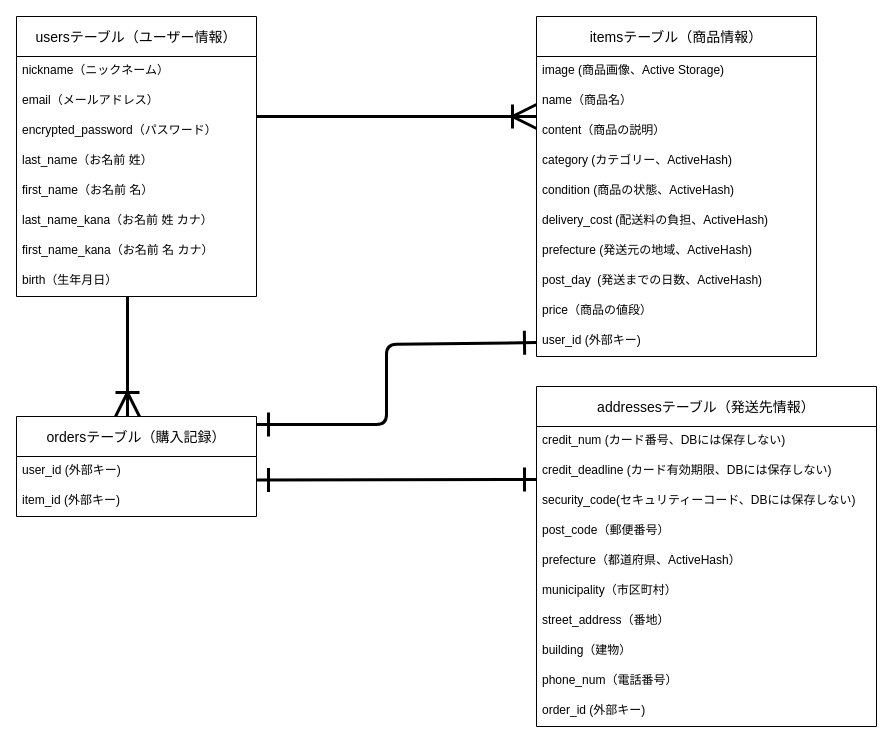
Earlier version of the draw.io diagram furima_db.dio (Ninoyanen/furima-39792). Source tidied: cells renumbered, new cells numbered last; positions are measured from the earlier drawing's top-left corner, leaving out a move shared by most shapes. Both pictures are drawn from the tidied source at 100%, with x=0, y=0 at pixel (16, 16).
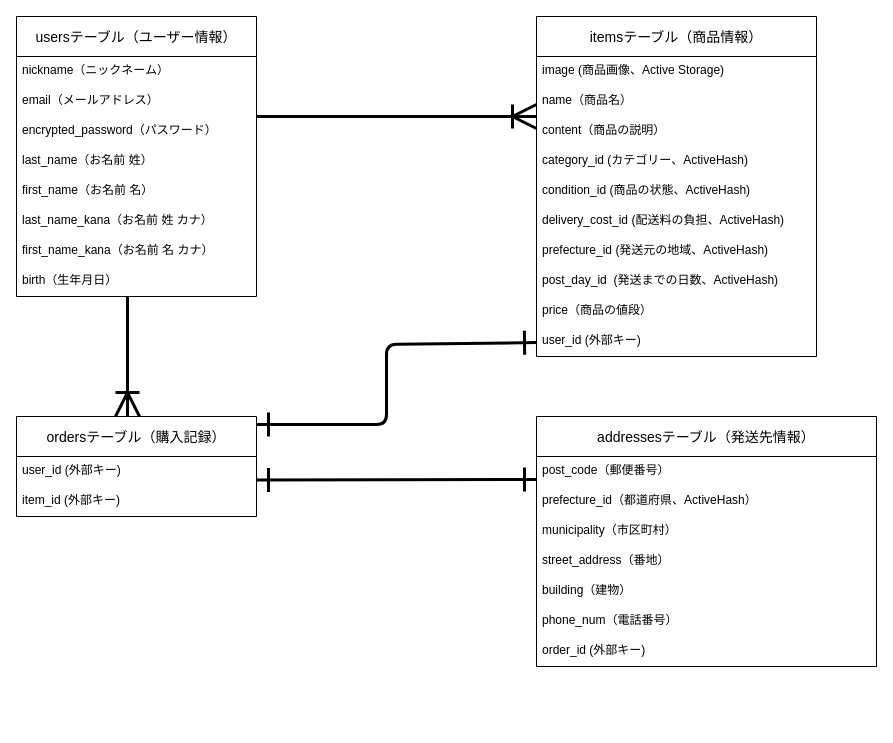
The same page after the edit.

Commit message (it also covers changes not shown here):
データベース設計 再修正後

The change refers to these unchanged cells:
```xml
<mxCell id="11" value="itemsテーブル（商品情報）" style="swimlane;fontStyle=0;horizontal=1;startSize=40;align=center;fontSize=14;" parent="1" vertex="1">
  <mxGeometry x="520" width="280" height="340" as="geometry" />
</mxCell>
```

Diff of the diagram source:
```diff
@@
-    <mxCell id="15" value="category (カテゴリー、ActiveHash)" style="text;strokeColor=none;fillColor=none;spacingLeft=4;spacingRight=4;overflow=hidden;fontSize=12;" parent="11" vertex="1">
+    <mxCell id="15" value="category_id (カテゴリー、ActiveHash)" style="text;strokeColor=none;fillColor=none;spacingLeft=4;spacingRight=4;overflow=hidden;fontSize=12;" parent="11" vertex="1">
       <mxGeometry y="130" width="280" height="30" as="geometry" />
     </mxCell>
-    <mxCell id="16" value="condition (商品の状態、ActiveHash)" style="text;strokeColor=none;fillColor=none;spacingLeft=4;spacingRight=4;overflow=hidden;fontSize=12;" parent="11" vertex="1">
+    <mxCell id="16" value="condition_id (商品の状態、ActiveHash)" style="text;strokeColor=none;fillColor=none;spacingLeft=4;spacingRight=4;overflow=hidden;fontSize=12;" parent="11" vertex="1">
       <mxGeometry y="160" width="280" height="30" as="geometry" />
     </mxCell>
-    <mxCell id="17" value="delivery_cost (配送料の負担、ActiveHash)" style="text;strokeColor=none;fillColor=none;spacingLeft=4;spacingRight=4;overflow=hidden;fontSize=12;" parent="11" vertex="1">
+    <mxCell id="17" value="delivery_cost_id (配送料の負担、ActiveHash)" style="text;strokeColor=none;fillColor=none;spacingLeft=4;spacingRight=4;overflow=hidden;fontSize=12;" parent="11" vertex="1">
       <mxGeometry y="190" width="280" height="30" as="geometry" />
     </mxCell>
-    <mxCell id="18" value="prefecture (発送元の地域、ActiveHash)" style="text;strokeColor=none;fillColor=none;spacingLeft=4;spacingRight=4;overflow=hidden;fontSize=12;" parent="11" vertex="1">
+    <mxCell id="18" value="prefecture_id (発送元の地域、ActiveHash)" style="text;strokeColor=none;fillColor=none;spacingLeft=4;spacingRight=4;overflow=hidden;fontSize=12;" parent="11" vertex="1">
       <mxGeometry y="220" width="280" height="30" as="geometry" />
     </mxCell>
-    <mxCell id="19" value="post_day  (発送までの日数、ActiveHash)" style="text;strokeColor=none;fillColor=none;spacingLeft=4;spacingRight=4;overflow=hidden;fontSize=12;" parent="11" vertex="1">
+    <mxCell id="19" value="post_day_id  (発送までの日数、ActiveHash)" style="text;strokeColor=none;fillColor=none;spacingLeft=4;spacingRight=4;overflow=hidden;fontSize=12;" parent="11" vertex="1">
       <mxGeometry y="250" width="280" height="30" as="geometry" />
     </mxCell>
@@
     <mxCell id="25" value="addressesテーブル（発送先情報）" style="swimlane;fontStyle=0;horizontal=1;startSize=40;align=center;fontSize=14;" parent="1" vertex="1">
-      <mxGeometry x="520" y="370" width="340" height="340" as="geometry" />
+      <mxGeometry x="520" y="400" width="340" height="250" as="geometry" />
     </mxCell>
-    <mxCell id="26" value="credit_num (カード番号、DBには保存しない)" style="text;strokeColor=none;fillColor=none;spacingLeft=4;spacingRight=4;overflow=hidden;fontSize=12;" parent="25" vertex="1">
-      <mxGeometry y="40" width="340" height="30" as="geometry" />
-    </mxCell>
-    <mxCell id="27" value="credit_deadline (カード有効期限、DBには保存しない)" style="text;strokeColor=none;fillColor=none;spacingLeft=4;spacingRight=4;overflow=hidden;fontSize=12;" parent="25" vertex="1">
-      <mxGeometry y="70" width="340" height="30" as="geometry" />
-    </mxCell>
-    <mxCell id="28" value="security_code(セキュリティーコード、DBには保存しない)" style="text;strokeColor=none;fillColor=none;spacingLeft=4;spacingRight=4;overflow=hidden;fontSize=12;" parent="25" vertex="1">
-      <mxGeometry y="100" width="340" height="30" as="geometry" />
-    </mxCell>
     <mxCell id="29" value="post_code（郵便番号）" style="text;strokeColor=none;fillColor=none;spacingLeft=4;spacingRight=4;overflow=hidden;fontSize=12;" parent="25" vertex="1">
-      <mxGeometry y="130" width="340" height="30" as="geometry" />
+      <mxGeometry y="40" width="340" height="30" as="geometry" />
     </mxCell>
-    <mxCell id="30" value="prefecture（都道府県、ActiveHash）" style="text;strokeColor=none;fillColor=none;spacingLeft=4;spacingRight=4;overflow=hidden;fontSize=12;" parent="25" vertex="1">
-      <mxGeometry y="160" width="340" height="30" as="geometry" />
+    <mxCell id="30" value="prefecture_id（都道府県、ActiveHash）" style="text;strokeColor=none;fillColor=none;spacingLeft=4;spacingRight=4;overflow=hidden;fontSize=12;" parent="25" vertex="1">
+      <mxGeometry y="70" width="340" height="30" as="geometry" />
     </mxCell>
     <mxCell id="31" value="municipality（市区町村）" style="text;strokeColor=none;fillColor=none;spacingLeft=4;spacingRight=4;overflow=hidden;fontSize=12;" parent="25" vertex="1">
-      <mxGeometry y="190" width="340" height="30" as="geometry" />
+      <mxGeometry y="100" width="340" height="30" as="geometry" />
     </mxCell>
     <mxCell id="32" value="street_address（番地）" style="text;strokeColor=none;fillColor=none;spacingLeft=4;spacingRight=4;overflow=hidden;fontSize=12;" parent="25" vertex="1">
-      <mxGeometry y="220" width="340" height="30" as="geometry" />
+      <mxGeometry y="130" width="340" height="30" as="geometry" />
     </mxCell>
     <mxCell id="33" value="building（建物）" style="text;strokeColor=none;fillColor=none;spacingLeft=4;spacingRight=4;overflow=hidden;fontSize=12;" parent="25" vertex="1">
-      <mxGeometry y="250" width="340" height="30" as="geometry" />
+      <mxGeometry y="160" width="340" height="30" as="geometry" />
     </mxCell>
     <mxCell id="34" value="phone_num（電話番号）" style="text;strokeColor=none;fillColor=none;spacingLeft=4;spacingRight=4;overflow=hidden;fontSize=12;" parent="25" vertex="1">
-      <mxGeometry y="280" width="340" height="30" as="geometry" />
+      <mxGeometry y="190" width="340" height="30" as="geometry" />
     </mxCell>
     <mxCell id="35" value="order_id (外部キー)" style="text;strokeColor=none;fillColor=none;spacingLeft=4;spacingRight=4;overflow=hidden;fontSize=12;" parent="25" vertex="1">
-      <mxGeometry y="310" width="340" height="30" as="geometry" />
+      <mxGeometry y="220" width="340" height="30" as="geometry" />
     </mxCell>
```
